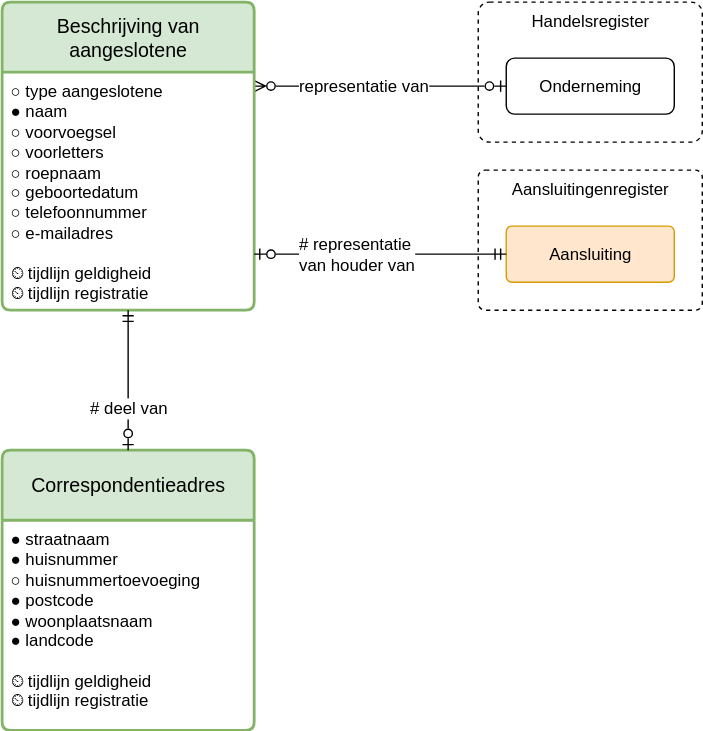
Above: modellen/registers/aangeslotenenregister/1.0.0/model.drawio.svg in sefanja/nbnl-conceptuele-informatiemodellen (draw.io), before the change. Source tidied: cells renumbered, new cells last; positions are measured from the earlier drawing's top-left corner, leaving out a move shared by most shapes.
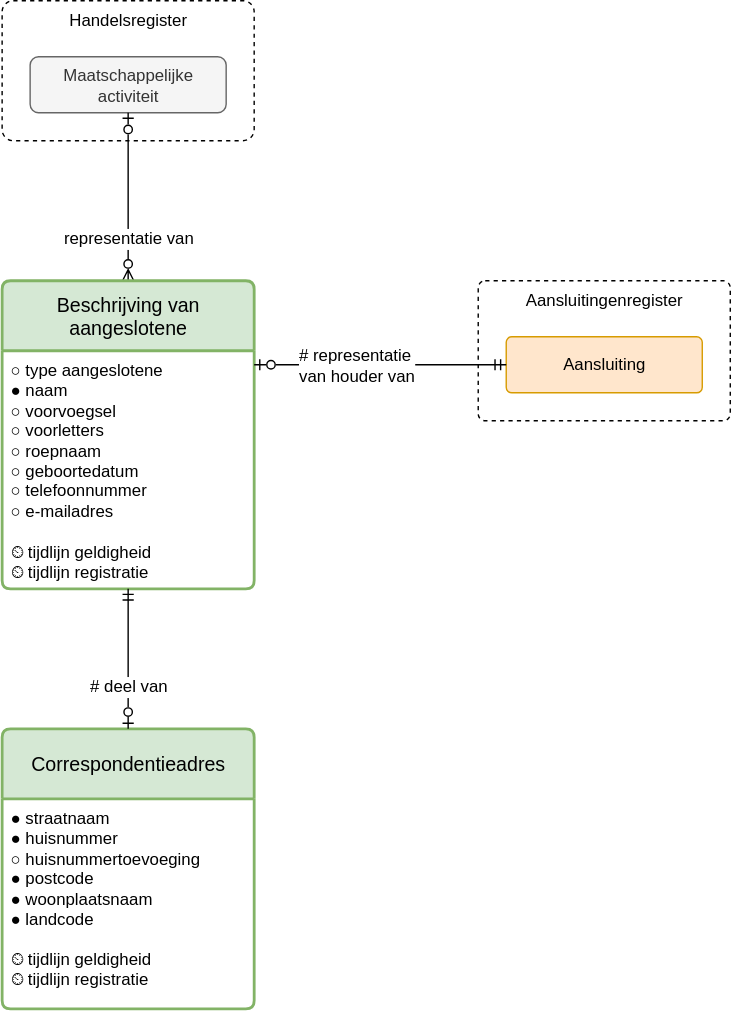
The same diagram one commit later.

The edit, as a diff of the source:
```diff
@@ -3,16 +3,16 @@
     <mxCell id="0" />
     <mxCell id="1" parent="0" />
     <mxCell id="2" value="Handelsregister" style="rounded=1;whiteSpace=wrap;html=1;verticalAlign=top;dashed=1;arcSize=8;" parent="1" vertex="1">
-      <mxGeometry x="340" width="160" height="100" as="geometry" />
+      <mxGeometry y="-200" width="180" height="100" as="geometry" />
     </mxCell>
     <mxCell id="3" value="Aansluitingenregister" style="rounded=1;whiteSpace=wrap;html=1;verticalAlign=top;dashed=1;arcSize=5;" parent="1" vertex="1">
-      <mxGeometry x="340" y="120" width="160" height="100" as="geometry" />
+      <mxGeometry x="340" width="180" height="100" as="geometry" />
     </mxCell>
-    <mxCell id="4" value="Onderneming" style="rounded=1;whiteSpace=wrap;html=1;" parent="1" vertex="1">
-      <mxGeometry x="360" y="40" width="120" height="40" as="geometry" />
+    <mxCell id="4" value="Maatschappelijke activiteit" style="rounded=1;whiteSpace=wrap;html=1;fillColor=#f5f5f5;fontColor=#333333;strokeColor=#666666;" parent="1" vertex="1">
+      <mxGeometry x="20" y="-160" width="140" height="40" as="geometry" />
     </mxCell>
-    <mxCell id="5" value="representatie van" style="fontSize=12;html=1;endArrow=ERzeroToOne;startArrow=ERzeroToMany;rounded=0;endFill=0;startFill=0;elbow=vertical;align=left;edgeStyle=elbowEdgeStyle;" parent="1" edge="1" source="6" target="4">
-      <mxGeometry x="-0.67" relative="1" as="geometry" />
+    <mxCell id="5" value="representatie&amp;nbsp;&lt;span style=&quot;background-color: light-dark(#ffffff, var(--ge-dark-color, #121212)); color: light-dark(rgb(0, 0, 0), rgb(255, 255, 255));&quot;&gt;van&lt;/span&gt;" style="fontSize=12;html=1;endArrow=ERzeroToOne;startArrow=ERzeroToMany;rounded=0;endFill=0;startFill=0;elbow=vertical;align=center;" parent="1" edge="1" source="6" target="4">
+      <mxGeometry x="-0.5" relative="1" as="geometry" />
     </mxCell>
     <mxCell id="6" value="&lt;div&gt;&lt;span style=&quot;background-color: transparent; color: light-dark(rgb(0, 0, 0), rgb(255, 255, 255));&quot;&gt;Beschrijving van aangeslotene&lt;/span&gt;&lt;/div&gt;" style="swimlane;horizontal=1;startSize=50;rounded=1;fontSize=14;fontStyle=0;strokeWidth=2;shadow=0;dashed=0;align=center;arcSize=4;whiteSpace=wrap;html=1;fillColor=#d5e8d4;strokeColor=#82b366;" parent="1" vertex="1">
       <mxGeometry width="180" height="220" as="geometry" />
@@ -26,11 +26,11 @@
     <mxCell id="9" value="&lt;div&gt;&lt;span style=&quot;background-color: transparent; color: light-dark(rgb(0, 0, 0), rgb(255, 255, 255));&quot;&gt;●&lt;/span&gt;&amp;nbsp;straatnaam&lt;/div&gt;&lt;div&gt;&lt;span style=&quot;background-color: transparent; color: light-dark(rgb(0, 0, 0), rgb(255, 255, 255));&quot;&gt;●&lt;/span&gt;&amp;nbsp;huisnummer&lt;/div&gt;&lt;div&gt;○ huisnummertoevoeging&lt;/div&gt;&lt;div&gt;&lt;span style=&quot;background-color: transparent; color: light-dark(rgb(0, 0, 0), rgb(255, 255, 255));&quot;&gt;●&lt;/span&gt;&amp;nbsp;postcode&lt;/div&gt;&lt;div&gt;&lt;span style=&quot;background-color: transparent; color: light-dark(rgb(0, 0, 0), rgb(255, 255, 255));&quot;&gt;●&lt;/span&gt;&amp;nbsp;woonplaatsnaam&lt;/div&gt;&lt;div&gt;&lt;span style=&quot;background-color: transparent; color: light-dark(rgb(0, 0, 0), rgb(255, 255, 255));&quot;&gt;●&lt;/span&gt;&amp;nbsp;landcode&lt;/div&gt;&lt;div&gt;&lt;br&gt;&lt;/div&gt;&lt;div&gt;⏲ tijdlijn geldigheid&lt;/div&gt;&lt;div&gt;⏲ tijdlijn registratie&lt;/div&gt;" style="align=left;strokeColor=none;fillColor=none;spacingLeft=4;spacingRight=4;fontSize=12;verticalAlign=top;html=1;whiteSpace=wrap;" parent="8" vertex="1">
       <mxGeometry y="50" width="180" height="150" as="geometry" />
     </mxCell>
-    <mxCell id="10" value="# deel van" style="edgeStyle=elbowEdgeStyle;fontSize=12;html=1;endArrow=ERmandOne;startArrow=ERzeroToOne;rounded=0;endFill=0;startFill=0;elbow=vertical;align=center;" parent="1" edge="1" source="8" target="6">
+    <mxCell id="10" value="# deel van" style="edgeStyle=elbowEdgeStyle;fontSize=12;html=1;endArrow=ERmandOne;startArrow=ERzeroToOne;rounded=0;endFill=0;startFill=0;align=center;" parent="1" edge="1" source="8" target="6">
       <mxGeometry x="-0.4" relative="1" as="geometry" />
     </mxCell>
     <mxCell id="11" value="Aansluiting" style="rounded=1;arcSize=10;whiteSpace=wrap;html=1;align=center;fillColor=#ffe6cc;strokeColor=#d79b00;" parent="1" vertex="1">
-      <mxGeometry x="360" y="160" width="120" height="40" as="geometry" />
+      <mxGeometry x="360" y="40" width="140" height="40" as="geometry" />
     </mxCell>
     <mxCell id="12" value="# representatie&lt;div&gt;van houder van&lt;/div&gt;" style="edgeStyle=elbowEdgeStyle;fontSize=12;html=1;endArrow=ERmandOne;startArrow=ERzeroToOne;rounded=0;endFill=0;startFill=0;elbow=vertical;align=left;" parent="1" edge="1" source="6" target="11">
       <mxGeometry x="-0.67" relative="1" as="geometry" />
```
